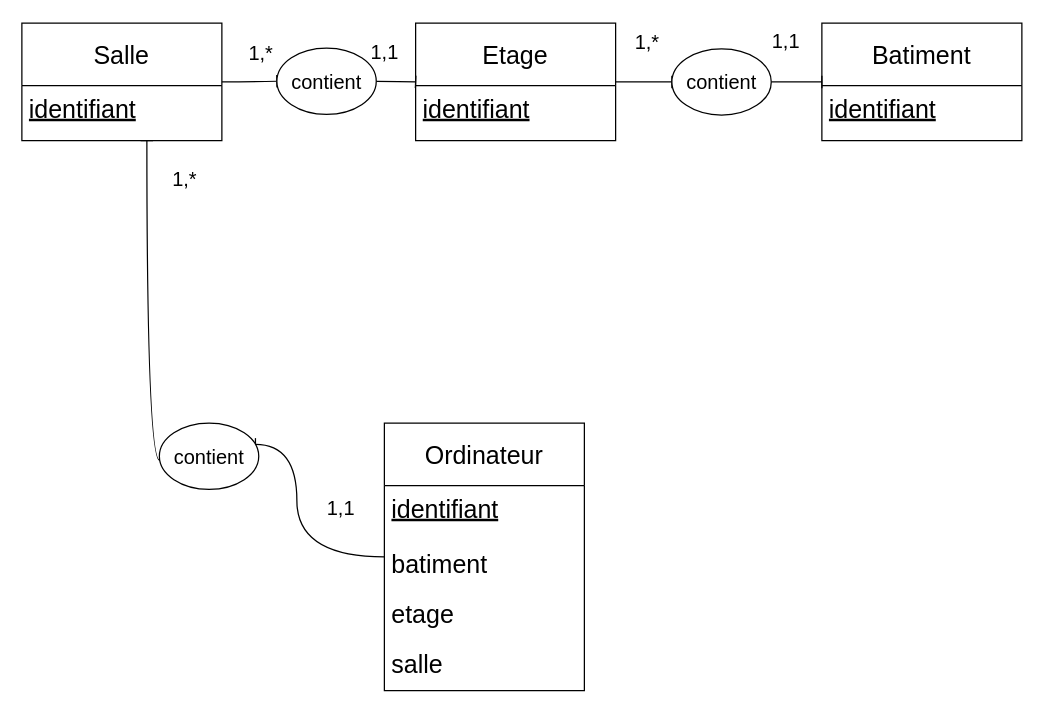
Above: TD merise avancee 1.drawio in black-purple/diagrams (draw.io), before the change. Source tidied: cells renumbered, new cells numbered last; positions are measured from the earlier drawing's top-left corner, leaving out a move shared by most shapes. Both pictures are drawn from the tidied source at 125%, with x=0, y=0 at pixel (21, 21).
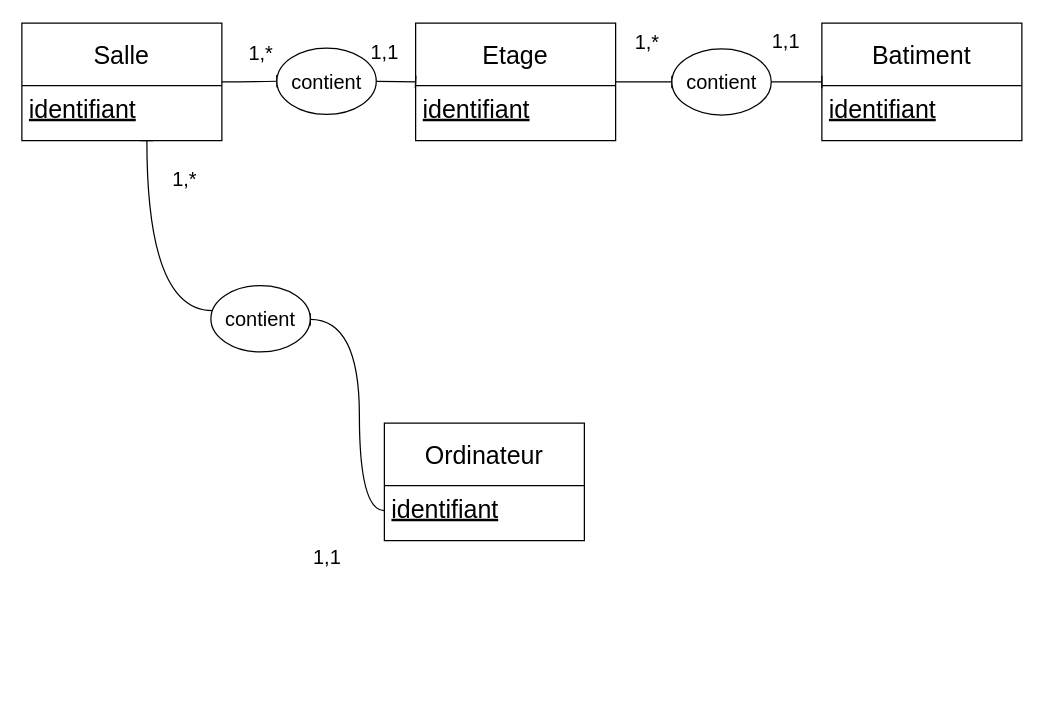
Above is the later version.

Unchanged cells that the change refers to:
```xml
<mxCell id="8" value="Salle" style="swimlane;fontStyle=0;horizontal=1;startSize=50;fillColor=none;whiteSpace=wrap;html=1;fontSize=20;" parent="1" vertex="1">
  <mxGeometry y="1" width="160" height="94" as="geometry" />
</mxCell>
```

Diff of the diagram source:
```diff
@@
     <mxCell id="2" value="Ordinateur" style="swimlane;fontStyle=0;horizontal=1;startSize=50;fillColor=none;whiteSpace=wrap;html=1;fontSize=20;" parent="1" vertex="1">
-      <mxGeometry x="290" y="321" width="160" height="214" as="geometry" />
+      <mxGeometry x="290" y="321" width="160" height="94" as="geometry" />
     </mxCell>
@@
-    <mxCell id="4" value="batiment" style="text;strokeColor=none;fillColor=none;align=left;verticalAlign=top;spacingLeft=4;spacingRight=4;overflow=hidden;whiteSpace=wrap;html=1;fontSize=20;imageWidth=27;imageHeight=27;" parent="2" vertex="1">
-      <mxGeometry y="94" width="160" height="40" as="geometry" />
-    </mxCell>
-    <mxCell id="5" value="etage" style="text;strokeColor=none;fillColor=none;align=left;verticalAlign=top;spacingLeft=4;spacingRight=4;overflow=hidden;whiteSpace=wrap;html=1;fontSize=20;" parent="2" vertex="1">
-      <mxGeometry y="134" width="160" height="40" as="geometry" />
-    </mxCell>
-    <mxCell id="6" value="salle" style="text;strokeColor=none;fillColor=none;align=left;verticalAlign=top;spacingLeft=4;spacingRight=4;overflow=hidden;whiteSpace=wrap;html=1;fontSize=20;" parent="2" vertex="1">
-      <mxGeometry y="174" width="160" height="40" as="geometry" />
-    </mxCell>
@@
     <mxCell id="19" style="edgeStyle=orthogonalEdgeStyle;rounded=0;jettySize=auto;html=1;fontSize=12;startSize=8;endSize=8;endArrow=baseDash;endFill=0;curved=1;" parent="1" edge="1" source="2" target="21">
       <mxGeometry relative="1" as="geometry">
         <Array as="points">
-          <mxPoint x="220" y="428" />
-          <mxPoint x="220" y="338" />
+          <mxPoint x="270" y="391" />
+          <mxPoint x="270" y="238" />
         </Array>
       </mxGeometry>
     </mxCell>
     <mxCell id="20" style="edgeStyle=orthogonalEdgeStyle;rounded=0;jettySize=auto;html=1;fontSize=12;startSize=8;endSize=8;curved=1;endArrow=baseDash;endFill=0;" parent="1" edge="1" source="21" target="8">
       <mxGeometry relative="1" as="geometry">
         <Array as="points">
-          <mxPoint x="100" y="351" />
+          <mxPoint x="100" y="231" />
         </Array>
       </mxGeometry>
     </mxCell>
     <mxCell id="21" value="contient" style="ellipse;whiteSpace=wrap;html=1;fontSize=16;" parent="1" vertex="1">
-      <mxGeometry x="110" y="321" width="79.5" height="53" as="geometry" />
+      <mxGeometry x="151.2" y="211" width="79.5" height="53" as="geometry" />
     </mxCell>
@@
     <mxCell id="27" value="1,1" style="text;html=1;align=center;verticalAlign=middle;strokeColor=none;fillColor=none;fontSize=16;" parent="1" vertex="1">
-      <mxGeometry x="230" y="374" width="50" height="30" as="geometry" />
+      <mxGeometry x="218.8" y="413" width="50" height="30" as="geometry" />
     </mxCell>
```
